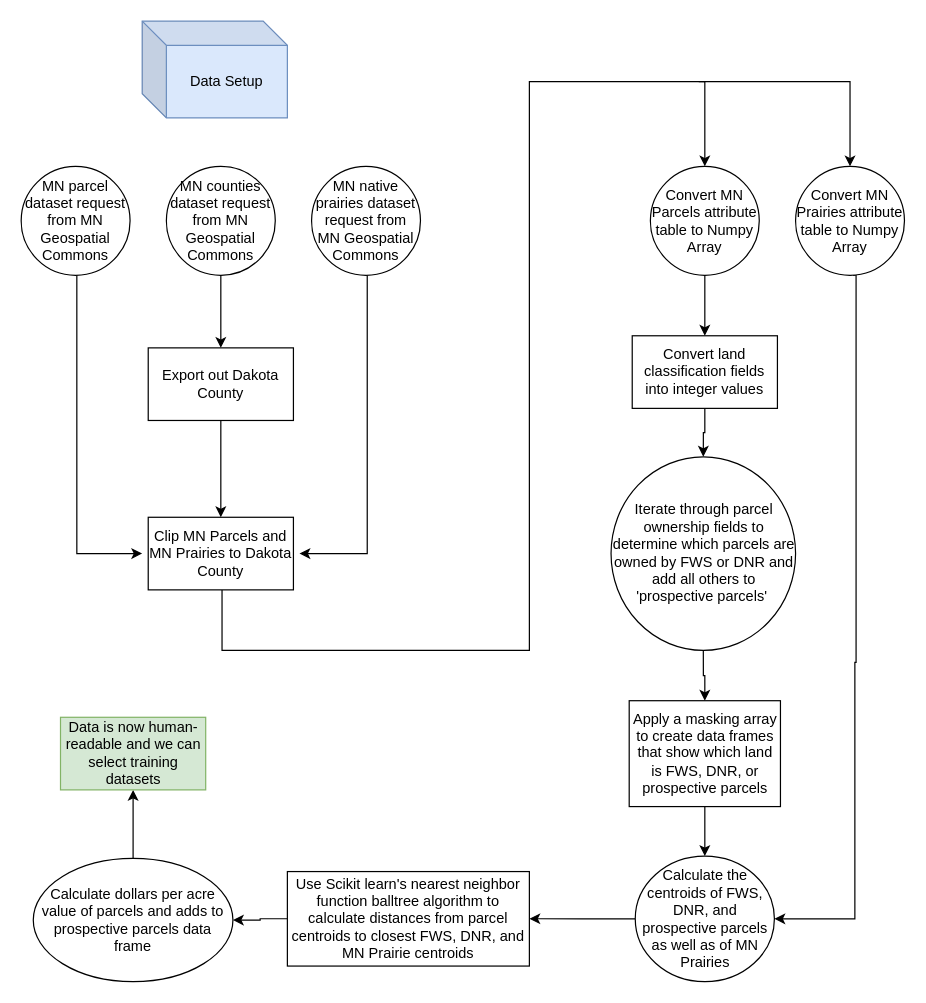
This is page "Page-1" (1 of 4) of lab04/FinalProject.drawio from lsageser1/GIS5571, a draw.io file, before an edit. Source tidied: cells renumbered, new cells numbered last; positions are measured from the earlier drawing's top-left corner, leaving out a move shared by most shapes. Both pictures are drawn from the tidied source at 121%, with x=0, y=0 at pixel (21, 21).
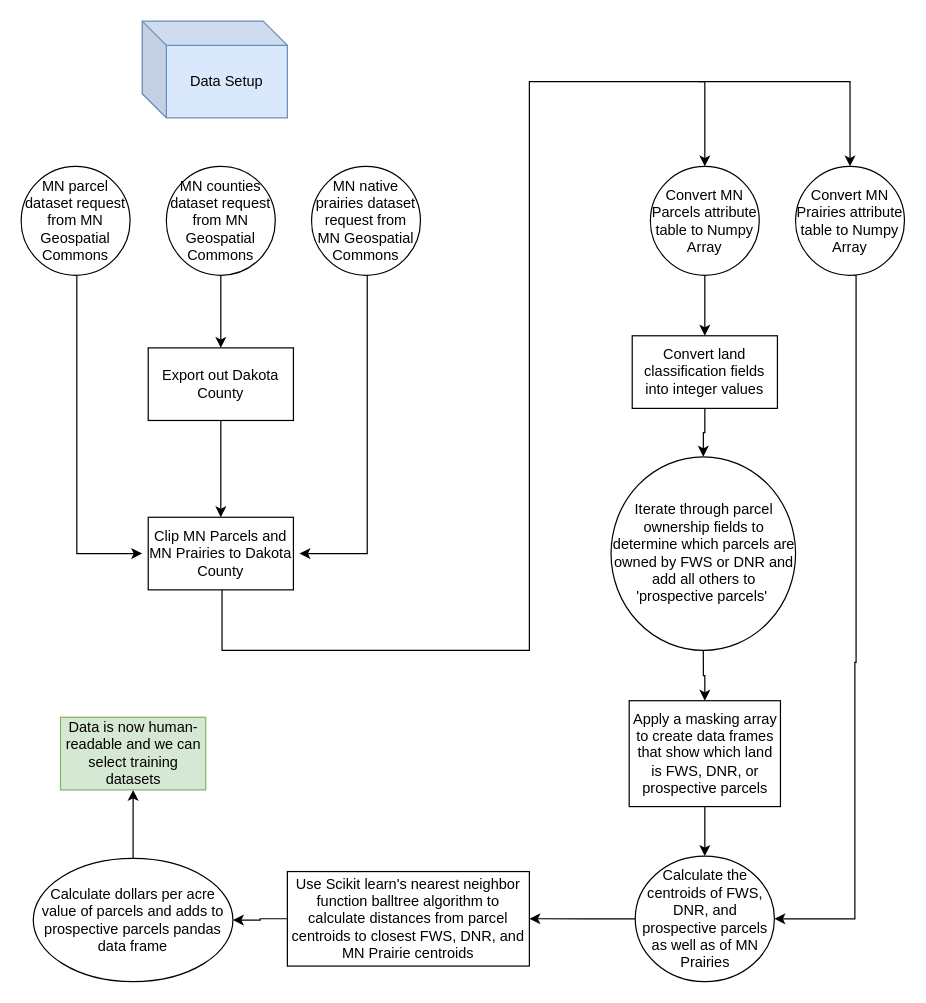
After the change.

The edit, as a diff of the source:
```diff
@@
-    <mxCell id="29" value="Calculate dollars per acre value of parcels and adds to prospective parcels data frame" style="ellipse;whiteSpace=wrap;html=1;" parent="1" vertex="1">
+    <mxCell id="29" value="Calculate dollars per acre value of parcels and adds to prospective parcels pandas data frame" style="ellipse;whiteSpace=wrap;html=1;" parent="1" vertex="1">
       <mxGeometry x="10" y="691.9" width="165" height="101.9" as="geometry" />
     </mxCell>
```
